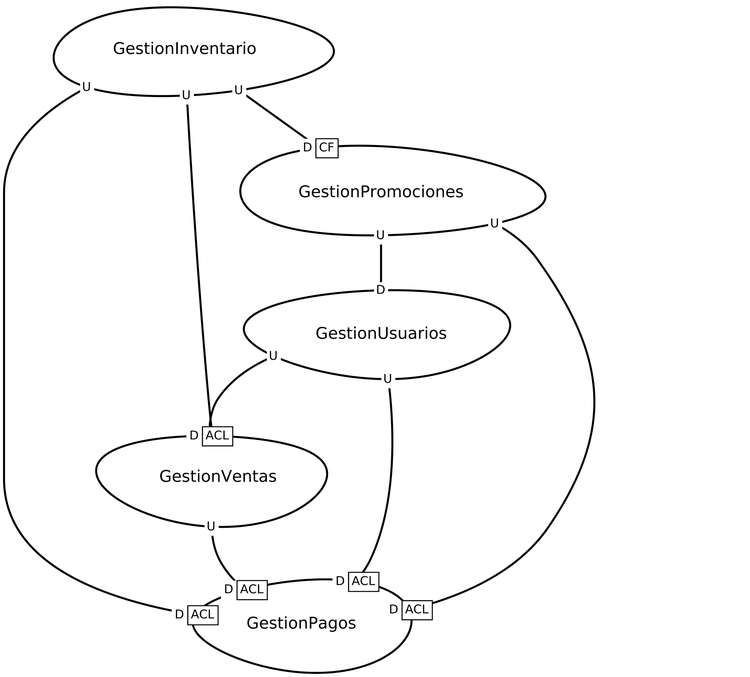
Before: src-gen/E-Commerce_ContextMap_ContextMap.png, a diagram exported from Graphviz (M4rc0HR/Lab-2-ContextMapper). Its source is kept beside it as src-gen/E-Commerce_ContextMap_ContextMap.gv.
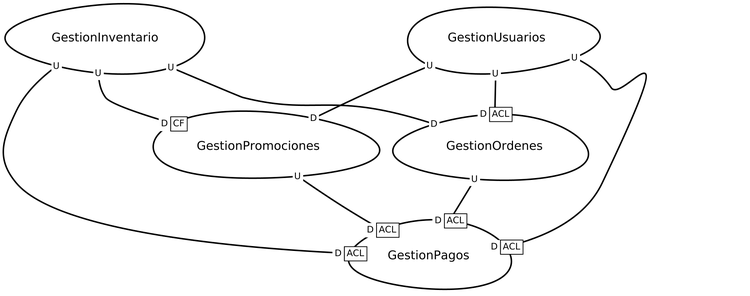
After the commit.

Change to the diagram source:
```diff
@@ -1,11 +1,16 @@
 digraph "ContextMapGraph" {
 graph ["imagepath"="/tmp/GraphvizJava"]
-"GestionInventario" ["margin"="0.3","orientation"="73","shape"="egg","fontsize"="16","style"="bold","label"="GestionInventario\n","fontname"="sans-serif"]
-"GestionVentas" ["margin"="0.3","orientation"="20","shape"="egg","fontsize"="16","style"="bold","label"="GestionVentas\n","fontname"="sans-serif"]
-"GestionPagos" ["margin"="0.3","orientation"="14","shape"="egg","fontsize"="16","style"="bold","label"="GestionPagos\n","fontname"="sans-serif"]
-"GestionPromociones" ["margin"="0.3","orientation"="306","shape"="egg","fontsize"="16","style"="bold","label"="GestionPromociones\n","fontname"="sans-serif"]
-"GestionUsuarios" ["margin"="0.3","orientation"="253","shape"="egg","fontsize"="16","style"="bold","label"="GestionUsuarios\n","fontname"="sans-serif"]
-"GestionInventario" -> "GestionVentas" ["headlabel"=<<table cellspacing="0" cellborder="0" border="0">
+"GestionInventario" ["margin"="0.3","orientation"="52","shape"="egg","fontsize"="16","style"="bold","label"="GestionInventario\n","fontname"="sans-serif"]
+"GestionPromociones" ["margin"="0.3","orientation"="190","shape"="egg","fontsize"="16","style"="bold","label"="GestionPromociones\n","fontname"="sans-serif"]
+"GestionPagos" ["margin"="0.3","orientation"="93","shape"="egg","fontsize"="16","style"="bold","label"="GestionPagos\n","fontname"="sans-serif"]
+"GestionOrdenes" ["margin"="0.3","orientation"="146","shape"="egg","fontsize"="16","style"="bold","label"="GestionOrdenes\n","fontname"="sans-serif"]
+"GestionUsuarios" ["margin"="0.3","orientation"="248","shape"="egg","fontsize"="16","style"="bold","label"="GestionUsuarios\n","fontname"="sans-serif"]
+"GestionInventario" -> "GestionPromociones" ["headlabel"=<<table cellspacing="0" cellborder="1" border="0">
+<tr><td bgcolor="white" sides="r">D</td><td sides="trbl" bgcolor="white"><font>CF</font></td></tr>
+</table>>,"labeldistance"="0","fontsize"="12","taillabel"=<<table cellspacing="0" cellborder="0" border="0">
+<tr><td bgcolor="white">U</td></tr>
+</table>>,"style"="bold","label"="                                        ","dir"="none","fontname"="sans-serif"]
+"GestionInventario" -> "GestionOrdenes" ["headlabel"=<<table cellspacing="0" cellborder="0" border="0">
 <tr><td bgcolor="white">D</td></tr>
 </table>>,"labeldistance"="0","fontsize"="12","taillabel"=<<table cellspacing="0" cellborder="0" border="0">
 <tr><td bgcolor="white">U</td></tr>
@@ -15,28 +20,23 @@
 </table>>,"labeldistance"="0","fontsize"="12","taillabel"=<<table cellspacing="0" cellborder="0" border="0">
 <tr><td bgcolor="white">U</td></tr>
 </table>>,"style"="bold","label"="                                        ","dir"="none","fontname"="sans-serif"]
-"GestionInventario" -> "GestionPromociones" ["headlabel"=<<table cellspacing="0" cellborder="1" border="0">
-<tr><td bgcolor="white" sides="r">D</td><td sides="trbl" bgcolor="white"><font>CF</font></td></tr>
-</table>>,"labeldistance"="0","fontsize"="12","taillabel"=<<table cellspacing="0" cellborder="0" border="0">
-<tr><td bgcolor="white">U</td></tr>
-</table>>,"style"="bold","label"="                                        ","dir"="none","fontname"="sans-serif"]
-"GestionVentas" -> "GestionPagos" ["headlabel"=<<table cellspacing="0" cellborder="1" border="0">
-<tr><td bgcolor="white" sides="r">D</td><td sides="trbl" bgcolor="white"><font>ACL</font></td></tr>
-</table>>,"labeldistance"="0","fontsize"="12","taillabel"=<<table cellspacing="0" cellborder="0" border="0">
-<tr><td bgcolor="white">U</td></tr>
-</table>>,"style"="bold","label"="                                        ","dir"="none","fontname"="sans-serif"]
 "GestionPromociones" -> "GestionPagos" ["headlabel"=<<table cellspacing="0" cellborder="1" border="0">
 <tr><td bgcolor="white" sides="r">D</td><td sides="trbl" bgcolor="white"><font>ACL</font></td></tr>
 </table>>,"labeldistance"="0","fontsize"="12","taillabel"=<<table cellspacing="0" cellborder="0" border="0">
 <tr><td bgcolor="white">U</td></tr>
 </table>>,"style"="bold","label"="                                        ","dir"="none","fontname"="sans-serif"]
-"GestionPromociones" -> "GestionUsuarios" ["headlabel"=<<table cellspacing="0" cellborder="0" border="0">
-<tr><td bgcolor="white">D</td></tr>
+"GestionOrdenes" -> "GestionPagos" ["headlabel"=<<table cellspacing="0" cellborder="1" border="0">
+<tr><td bgcolor="white" sides="r">D</td><td sides="trbl" bgcolor="white"><font>ACL</font></td></tr>
 </table>>,"labeldistance"="0","fontsize"="12","taillabel"=<<table cellspacing="0" cellborder="0" border="0">
 <tr><td bgcolor="white">U</td></tr>
 </table>>,"style"="bold","label"="                                        ","dir"="none","fontname"="sans-serif"]
-"GestionUsuarios" -> "GestionVentas" ["headlabel"=<<table cellspacing="0" cellborder="1" border="0">
+"GestionUsuarios" -> "GestionOrdenes" ["headlabel"=<<table cellspacing="0" cellborder="1" border="0">
 <tr><td bgcolor="white" sides="r">D</td><td sides="trbl" bgcolor="white"><font>ACL</font></td></tr>
+</table>>,"labeldistance"="0","fontsize"="12","taillabel"=<<table cellspacing="0" cellborder="0" border="0">
+<tr><td bgcolor="white">U</td></tr>
+</table>>,"style"="bold","label"="                                        ","dir"="none","fontname"="sans-serif"]
+"GestionUsuarios" -> "GestionPromociones" ["headlabel"=<<table cellspacing="0" cellborder="0" border="0">
+<tr><td bgcolor="white">D</td></tr>
 </table>>,"labeldistance"="0","fontsize"="12","taillabel"=<<table cellspacing="0" cellborder="0" border="0">
 <tr><td bgcolor="white">U</td></tr>
 </table>>,"style"="bold","label"="                                        ","dir"="none","fontname"="sans-serif"]
```
